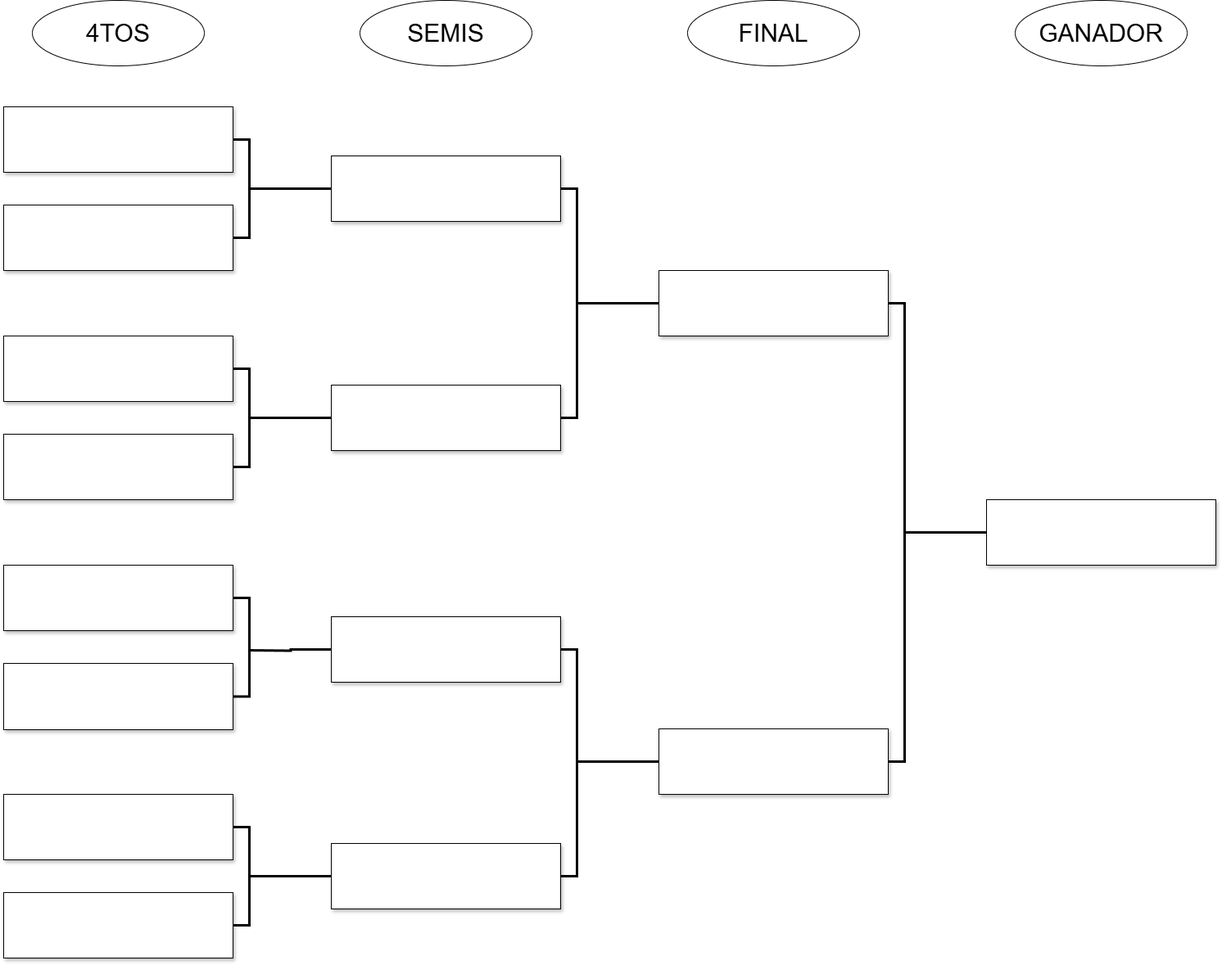
This is out/production/Tpi_Prog2/resources/Plantilla Torneo.png from franro16/Tpi_Prog2, a draw.io export, as it was before one commit. Source tidied: cells renumbered, new cells last; positions are measured from the earlier drawing's top-left corner, leaving out a move shared by most shapes.
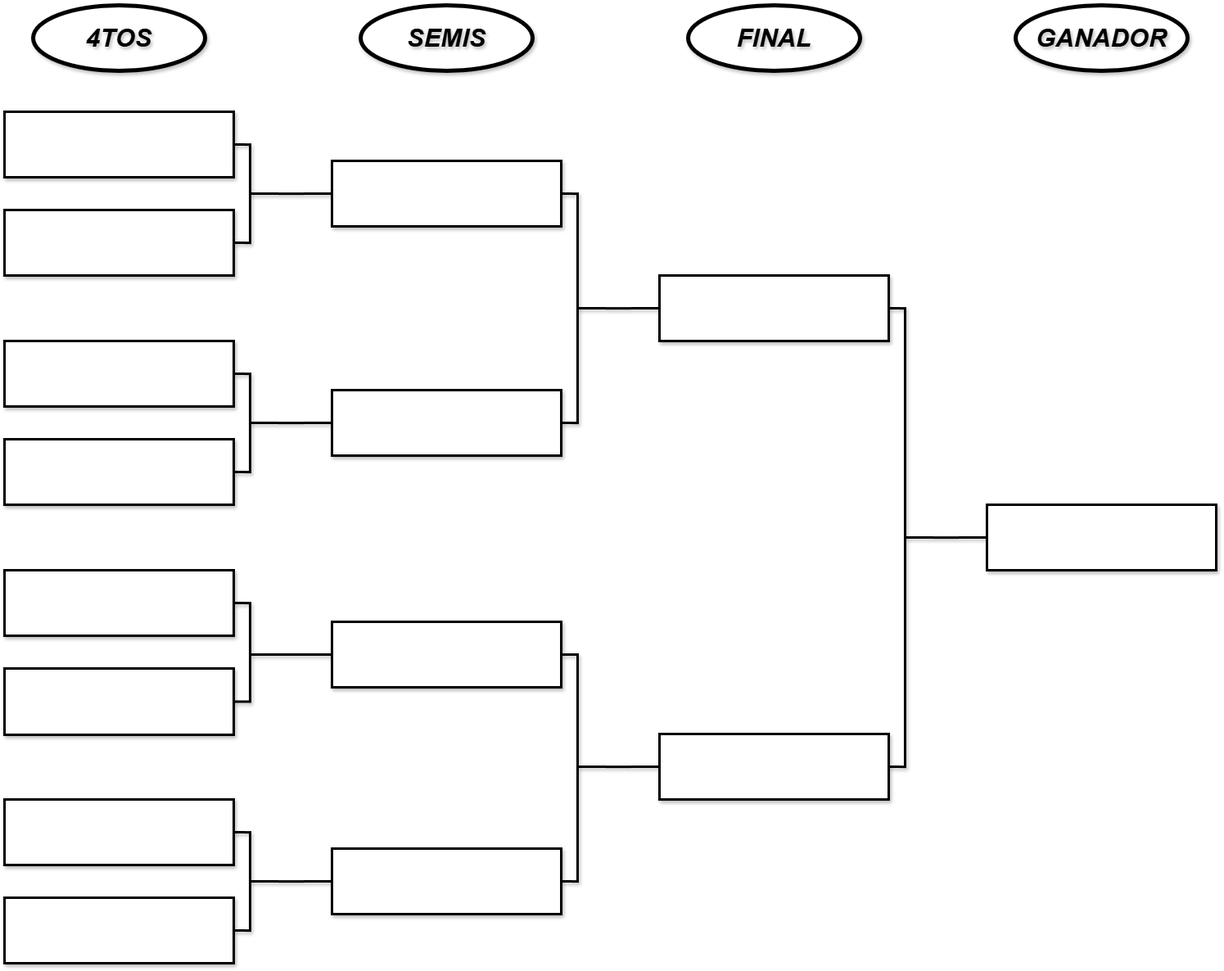
After the change.

The edit, as a diff of the source:
```diff
@@ -2,129 +2,129 @@
   <root>
     <mxCell id="0" />
     <mxCell id="1" parent="0" />
-    <mxCell id="2" style="rounded=0;whiteSpace=wrap;html=1;shadow=1;strokeWidth=1;" parent="1" vertex="1">
+    <mxCell id="2" style="rounded=0;shadow=1;strokeWidth=3;fontFamily=Helvetica;fontStyle=3;fontSize=31;labelBackgroundColor=none;textShadow=1;whiteSpace=wrap;html=1;labelBorderColor=none;" parent="1" vertex="1">
       <mxGeometry y="1090" width="280" height="80" as="geometry" />
     </mxCell>
-    <mxCell id="3" style="edgeStyle=orthogonalEdgeStyle;rounded=0;jettySize=auto;html=1;exitX=1;exitY=0.5;exitDx=0;exitDy=0;entryX=1;entryY=0.5;entryDx=0;entryDy=0;endArrow=none;startFill=0;strokeWidth=3;" parent="1" edge="1" source="4" target="13">
+    <mxCell id="3" style="edgeStyle=orthogonalEdgeStyle;rounded=0;jettySize=auto;exitX=1;exitY=0.5;exitDx=0;exitDy=0;entryX=1;entryY=0.5;entryDx=0;entryDy=0;endArrow=none;startFill=0;strokeWidth=3;shadow=1;fontFamily=Helvetica;fontStyle=3;fontSize=31;labelBackgroundColor=none;textShadow=1;html=1;labelBorderColor=none;" parent="1" edge="1" source="4" target="13">
       <mxGeometry relative="1" as="geometry" />
     </mxCell>
-    <mxCell id="4" style="rounded=0;whiteSpace=wrap;html=1;shadow=1;strokeWidth=1;" parent="1" vertex="1">
+    <mxCell id="4" style="rounded=0;shadow=1;strokeWidth=3;fontFamily=Helvetica;fontStyle=3;fontSize=31;labelBackgroundColor=none;textShadow=1;whiteSpace=wrap;html=1;labelBorderColor=none;" parent="1" vertex="1">
       <mxGeometry y="130" width="280" height="80" as="geometry" />
     </mxCell>
-    <mxCell id="5" style="rounded=0;whiteSpace=wrap;html=1;shadow=1;strokeWidth=1;" parent="1" vertex="1">
+    <mxCell id="5" style="rounded=0;shadow=1;strokeWidth=3;fontFamily=Helvetica;fontStyle=3;fontSize=31;labelBackgroundColor=none;textShadow=1;whiteSpace=wrap;html=1;labelBorderColor=none;" parent="1" vertex="1">
       <mxGeometry y="530" width="280" height="80" as="geometry" />
     </mxCell>
-    <mxCell id="6" style="rounded=0;whiteSpace=wrap;html=1;shadow=1;strokeWidth=1;" parent="1" vertex="1">
+    <mxCell id="6" style="rounded=0;shadow=1;strokeWidth=3;fontFamily=Helvetica;fontStyle=3;fontSize=31;labelBackgroundColor=none;textShadow=1;whiteSpace=wrap;html=1;labelBorderColor=none;" parent="1" vertex="1">
       <mxGeometry y="810" width="280" height="81" as="geometry" />
     </mxCell>
-    <mxCell id="7" style="edgeStyle=orthogonalEdgeStyle;rounded=0;jettySize=auto;html=1;exitX=1;exitY=0.5;exitDx=0;exitDy=0;entryX=1;entryY=0.5;entryDx=0;entryDy=0;endArrow=none;startFill=0;strokeWidth=3;" parent="1" edge="1" source="8" target="5">
+    <mxCell id="7" style="edgeStyle=orthogonalEdgeStyle;rounded=0;jettySize=auto;exitX=1;exitY=0.5;exitDx=0;exitDy=0;entryX=1;entryY=0.5;entryDx=0;entryDy=0;endArrow=none;startFill=0;strokeWidth=3;shadow=1;fontFamily=Helvetica;fontStyle=3;fontSize=31;labelBackgroundColor=none;textShadow=1;html=1;labelBorderColor=none;" parent="1" edge="1" source="8" target="5">
       <mxGeometry relative="1" as="geometry" />
     </mxCell>
-    <mxCell id="8" style="rounded=0;whiteSpace=wrap;html=1;shadow=1;strokeWidth=1;" parent="1" vertex="1">
+    <mxCell id="8" style="rounded=0;shadow=1;strokeWidth=3;fontFamily=Helvetica;fontStyle=3;fontSize=31;labelBackgroundColor=none;textShadow=1;whiteSpace=wrap;html=1;labelBorderColor=none;" parent="1" vertex="1">
       <mxGeometry y="410" width="280" height="80" as="geometry" />
     </mxCell>
-    <mxCell id="9" style="edgeStyle=orthogonalEdgeStyle;rounded=0;jettySize=auto;html=1;exitX=1;exitY=0.5;exitDx=0;exitDy=0;entryX=1;entryY=0.5;entryDx=0;entryDy=0;endArrow=none;startFill=0;strokeWidth=3;" parent="1" edge="1" source="10" target="6">
+    <mxCell id="9" style="edgeStyle=orthogonalEdgeStyle;rounded=0;jettySize=auto;exitX=1;exitY=0.5;exitDx=0;exitDy=0;entryX=1;entryY=0.5;entryDx=0;entryDy=0;endArrow=none;startFill=0;strokeWidth=3;shadow=1;fontFamily=Helvetica;fontStyle=3;fontSize=31;labelBackgroundColor=none;textShadow=1;html=1;labelBorderColor=none;" parent="1" edge="1" source="10" target="6">
       <mxGeometry relative="1" as="geometry" />
     </mxCell>
-    <mxCell id="10" style="rounded=0;whiteSpace=wrap;html=1;shadow=1;strokeWidth=1;" parent="1" vertex="1">
+    <mxCell id="10" style="rounded=0;shadow=1;strokeWidth=3;fontFamily=Helvetica;fontStyle=3;fontSize=31;labelBackgroundColor=none;textShadow=1;whiteSpace=wrap;html=1;labelBorderColor=none;" parent="1" vertex="1">
       <mxGeometry y="690" width="280" height="80" as="geometry" />
     </mxCell>
-    <mxCell id="11" style="edgeStyle=orthogonalEdgeStyle;rounded=0;jettySize=auto;html=1;exitX=1;exitY=0.5;exitDx=0;exitDy=0;entryX=1;entryY=0.5;entryDx=0;entryDy=0;endArrow=none;startFill=0;strokeWidth=3;" parent="1" edge="1" source="12" target="2">
+    <mxCell id="11" style="edgeStyle=orthogonalEdgeStyle;rounded=0;jettySize=auto;exitX=1;exitY=0.5;exitDx=0;exitDy=0;entryX=1;entryY=0.5;entryDx=0;entryDy=0;endArrow=none;startFill=0;strokeWidth=3;shadow=1;fontFamily=Helvetica;fontStyle=3;fontSize=31;labelBackgroundColor=none;textShadow=1;html=1;labelBorderColor=none;" parent="1" edge="1" source="12" target="2">
       <mxGeometry relative="1" as="geometry" />
     </mxCell>
-    <mxCell id="12" style="rounded=0;whiteSpace=wrap;html=1;shadow=1;strokeWidth=1;" parent="1" vertex="1">
+    <mxCell id="12" style="rounded=0;shadow=1;strokeWidth=3;fontFamily=Helvetica;fontStyle=3;fontSize=31;labelBackgroundColor=none;textShadow=1;whiteSpace=wrap;html=1;labelBorderColor=none;" parent="1" vertex="1">
       <mxGeometry y="970" width="280" height="80" as="geometry" />
     </mxCell>
-    <mxCell id="13" style="rounded=0;whiteSpace=wrap;html=1;shadow=1;strokeWidth=1;" parent="1" vertex="1">
+    <mxCell id="13" style="rounded=0;shadow=1;strokeWidth=3;fontFamily=Helvetica;fontStyle=3;fontSize=31;labelBackgroundColor=none;textShadow=1;whiteSpace=wrap;html=1;labelBorderColor=none;" parent="1" vertex="1">
       <mxGeometry y="250" width="280" height="80" as="geometry" />
     </mxCell>
-    <mxCell id="14" style="edgeStyle=orthogonalEdgeStyle;rounded=0;jettySize=auto;html=1;exitX=0;exitY=0.5;exitDx=0;exitDy=0;strokeWidth=3;endArrow=none;startFill=0;" parent="1" edge="1" source="15">
+    <mxCell id="14" style="edgeStyle=orthogonalEdgeStyle;rounded=0;jettySize=auto;exitX=0;exitY=0.5;exitDx=0;exitDy=0;strokeWidth=3;endArrow=none;startFill=0;shadow=1;fontFamily=Helvetica;fontStyle=3;fontSize=31;labelBackgroundColor=none;textShadow=1;html=1;labelBorderColor=none;" parent="1" edge="1" source="15">
       <mxGeometry relative="1" as="geometry">
         <mxPoint x="300" y="230" as="targetPoint" />
       </mxGeometry>
     </mxCell>
-    <mxCell id="15" style="rounded=0;whiteSpace=wrap;html=1;shadow=1;strokeWidth=1;" parent="1" vertex="1">
+    <mxCell id="15" style="rounded=0;shadow=1;strokeWidth=3;fontFamily=Helvetica;fontStyle=3;fontSize=31;labelBackgroundColor=none;textShadow=1;whiteSpace=wrap;html=1;labelBorderColor=none;" parent="1" vertex="1">
       <mxGeometry x="400" y="190" width="280" height="80" as="geometry" />
     </mxCell>
-    <mxCell id="16" style="edgeStyle=orthogonalEdgeStyle;rounded=0;jettySize=auto;html=1;exitX=1;exitY=0.5;exitDx=0;exitDy=0;entryX=1;entryY=0.5;entryDx=0;entryDy=0;strokeWidth=3;endArrow=none;startFill=0;" parent="1" edge="1" source="18" target="15">
+    <mxCell id="16" style="edgeStyle=orthogonalEdgeStyle;rounded=0;jettySize=auto;exitX=1;exitY=0.5;exitDx=0;exitDy=0;entryX=1;entryY=0.5;entryDx=0;entryDy=0;strokeWidth=3;endArrow=none;startFill=0;shadow=1;fontFamily=Helvetica;fontStyle=3;fontSize=31;labelBackgroundColor=none;textShadow=1;html=1;labelBorderColor=none;" parent="1" edge="1" source="18" target="15">
       <mxGeometry relative="1" as="geometry" />
     </mxCell>
-    <mxCell id="17" style="edgeStyle=orthogonalEdgeStyle;rounded=0;jettySize=auto;html=1;exitX=0;exitY=0.5;exitDx=0;exitDy=0;endArrow=none;startFill=0;strokeWidth=3;" parent="1" edge="1" source="18">
+    <mxCell id="17" style="edgeStyle=orthogonalEdgeStyle;rounded=0;jettySize=auto;exitX=0;exitY=0.5;exitDx=0;exitDy=0;endArrow=none;startFill=0;strokeWidth=3;shadow=1;fontFamily=Helvetica;fontStyle=3;fontSize=31;labelBackgroundColor=none;textShadow=1;html=1;labelBorderColor=none;" parent="1" edge="1" source="18">
       <mxGeometry relative="1" as="geometry">
         <mxPoint x="300" y="510" as="targetPoint" />
       </mxGeometry>
     </mxCell>
-    <mxCell id="18" style="rounded=0;whiteSpace=wrap;html=1;shadow=1;strokeWidth=1;" parent="1" vertex="1">
+    <mxCell id="18" style="rounded=0;shadow=1;strokeWidth=3;fontFamily=Helvetica;fontStyle=3;fontSize=31;labelBackgroundColor=none;textShadow=1;whiteSpace=wrap;html=1;labelBorderColor=none;" parent="1" vertex="1">
       <mxGeometry x="400" y="470" width="280" height="80" as="geometry" />
     </mxCell>
-    <mxCell id="19" style="edgeStyle=orthogonalEdgeStyle;rounded=0;jettySize=auto;html=1;exitX=0;exitY=0.5;exitDx=0;exitDy=0;strokeWidth=3;endArrow=none;startFill=0;" parent="1" edge="1" source="20">
+    <mxCell id="19" style="edgeStyle=orthogonalEdgeStyle;rounded=0;jettySize=auto;exitX=0;exitY=0.5;exitDx=0;exitDy=0;strokeWidth=3;endArrow=none;startFill=0;shadow=1;fontFamily=Helvetica;fontStyle=3;fontSize=31;labelBackgroundColor=none;textShadow=1;html=1;labelBorderColor=none;" parent="1" edge="1" source="20">
       <mxGeometry relative="1" as="geometry">
-        <mxPoint x="300" y="794" as="targetPoint" />
+        <mxPoint x="300" y="793" as="targetPoint" />
       </mxGeometry>
     </mxCell>
-    <mxCell id="20" style="rounded=0;whiteSpace=wrap;html=1;shadow=1;strokeWidth=1;" parent="1" vertex="1">
+    <mxCell id="20" style="rounded=0;shadow=1;strokeWidth=3;fontFamily=Helvetica;fontStyle=3;fontSize=31;labelBackgroundColor=none;textShadow=1;whiteSpace=wrap;html=1;labelBorderColor=none;" parent="1" vertex="1">
       <mxGeometry x="400" y="753" width="280" height="80" as="geometry" />
     </mxCell>
-    <mxCell id="21" style="edgeStyle=orthogonalEdgeStyle;rounded=0;jettySize=auto;html=1;exitX=1;exitY=0.5;exitDx=0;exitDy=0;entryX=1;entryY=0.5;entryDx=0;entryDy=0;strokeWidth=3;endArrow=none;startFill=0;" parent="1" edge="1" source="23" target="20">
+    <mxCell id="21" style="edgeStyle=orthogonalEdgeStyle;rounded=0;jettySize=auto;exitX=1;exitY=0.5;exitDx=0;exitDy=0;entryX=1;entryY=0.5;entryDx=0;entryDy=0;strokeWidth=3;endArrow=none;startFill=0;shadow=1;fontFamily=Helvetica;fontStyle=3;fontSize=31;labelBackgroundColor=none;textShadow=1;html=1;labelBorderColor=none;" parent="1" edge="1" source="23" target="20">
       <mxGeometry relative="1" as="geometry" />
     </mxCell>
-    <mxCell id="22" style="edgeStyle=orthogonalEdgeStyle;rounded=0;jettySize=auto;html=1;exitX=0;exitY=0.5;exitDx=0;exitDy=0;strokeWidth=3;endArrow=none;startFill=0;" parent="1" edge="1" source="23">
+    <mxCell id="22" style="edgeStyle=orthogonalEdgeStyle;rounded=0;jettySize=auto;exitX=0;exitY=0.5;exitDx=0;exitDy=0;strokeWidth=3;endArrow=none;startFill=0;shadow=1;fontFamily=Helvetica;fontStyle=3;fontSize=31;labelBackgroundColor=none;textShadow=1;html=1;labelBorderColor=none;" parent="1" edge="1" source="23">
       <mxGeometry relative="1" as="geometry">
         <mxPoint x="300" y="1070" as="targetPoint" />
       </mxGeometry>
     </mxCell>
-    <mxCell id="23" style="rounded=0;whiteSpace=wrap;html=1;shadow=1;strokeWidth=1;" parent="1" vertex="1">
+    <mxCell id="23" style="rounded=0;shadow=1;strokeWidth=3;fontFamily=Helvetica;fontStyle=3;fontSize=31;labelBackgroundColor=none;textShadow=1;whiteSpace=wrap;html=1;labelBorderColor=none;" parent="1" vertex="1">
       <mxGeometry x="400" y="1030" width="280" height="80" as="geometry" />
     </mxCell>
-    <mxCell id="24" style="edgeStyle=orthogonalEdgeStyle;rounded=0;jettySize=auto;html=1;exitX=1;exitY=0.5;exitDx=0;exitDy=0;entryX=1;entryY=0.5;entryDx=0;entryDy=0;endArrow=none;startFill=0;strokeWidth=3;" parent="1" edge="1" source="26" target="28">
+    <mxCell id="24" style="edgeStyle=orthogonalEdgeStyle;rounded=0;jettySize=auto;exitX=1;exitY=0.5;exitDx=0;exitDy=0;entryX=1;entryY=0.5;entryDx=0;entryDy=0;endArrow=none;startFill=0;strokeWidth=3;shadow=1;fontFamily=Helvetica;fontStyle=3;fontSize=31;labelBackgroundColor=none;textShadow=1;html=1;labelBorderColor=none;" parent="1" edge="1" source="26" target="28">
       <mxGeometry relative="1" as="geometry" />
     </mxCell>
-    <mxCell id="25" style="edgeStyle=orthogonalEdgeStyle;rounded=0;jettySize=auto;html=1;exitX=0;exitY=0.5;exitDx=0;exitDy=0;endArrow=none;startFill=0;strokeWidth=3;" parent="1" edge="1" source="26">
+    <mxCell id="25" style="edgeStyle=orthogonalEdgeStyle;rounded=0;jettySize=auto;exitX=0;exitY=0.5;exitDx=0;exitDy=0;endArrow=none;startFill=0;strokeWidth=3;shadow=1;fontFamily=Helvetica;fontStyle=3;fontSize=31;labelBackgroundColor=none;textShadow=1;html=1;labelBorderColor=none;" parent="1" edge="1" source="26">
       <mxGeometry relative="1" as="geometry">
         <mxPoint x="700" y="370" as="targetPoint" />
       </mxGeometry>
     </mxCell>
-    <mxCell id="26" style="rounded=0;whiteSpace=wrap;html=1;shadow=1;strokeWidth=1;" parent="1" vertex="1">
+    <mxCell id="26" style="rounded=0;shadow=1;strokeWidth=3;fontFamily=Helvetica;fontStyle=3;fontSize=31;labelBackgroundColor=none;textShadow=1;whiteSpace=wrap;html=1;labelBorderColor=none;" parent="1" vertex="1">
       <mxGeometry x="800" y="330" width="280" height="80" as="geometry" />
     </mxCell>
-    <mxCell id="27" style="edgeStyle=orthogonalEdgeStyle;rounded=0;jettySize=auto;html=1;exitX=0;exitY=0.5;exitDx=0;exitDy=0;strokeWidth=3;endArrow=none;startFill=0;" parent="1" edge="1" source="28">
+    <mxCell id="27" style="edgeStyle=orthogonalEdgeStyle;rounded=0;jettySize=auto;exitX=0;exitY=0.5;exitDx=0;exitDy=0;strokeWidth=3;endArrow=none;startFill=0;shadow=1;fontFamily=Helvetica;fontStyle=3;fontSize=31;labelBackgroundColor=none;textShadow=1;html=1;labelBorderColor=none;" parent="1" edge="1" source="28">
       <mxGeometry relative="1" as="geometry">
         <mxPoint x="700" y="930" as="targetPoint" />
       </mxGeometry>
     </mxCell>
-    <mxCell id="28" style="rounded=0;whiteSpace=wrap;html=1;shadow=1;strokeWidth=1;" parent="1" vertex="1">
+    <mxCell id="28" style="rounded=0;shadow=1;strokeWidth=3;fontFamily=Helvetica;fontStyle=3;fontSize=31;labelBackgroundColor=none;textShadow=1;whiteSpace=wrap;html=1;labelBorderColor=none;" parent="1" vertex="1">
       <mxGeometry x="800" y="890" width="280" height="80" as="geometry" />
     </mxCell>
-    <mxCell id="29" style="edgeStyle=orthogonalEdgeStyle;rounded=0;jettySize=auto;html=1;exitX=0;exitY=0.5;exitDx=0;exitDy=0;endArrow=none;startFill=0;strokeWidth=3;" parent="1" edge="1" source="30">
+    <mxCell id="29" style="edgeStyle=orthogonalEdgeStyle;rounded=0;jettySize=auto;exitX=0;exitY=0.5;exitDx=0;exitDy=0;endArrow=none;startFill=0;strokeWidth=3;shadow=1;fontFamily=Helvetica;fontStyle=3;fontSize=31;labelBackgroundColor=none;textShadow=1;html=1;labelBorderColor=none;" parent="1" edge="1" source="30">
       <mxGeometry relative="1" as="geometry">
         <mxPoint x="1100" y="650" as="targetPoint" />
       </mxGeometry>
     </mxCell>
-    <mxCell id="30" style="rounded=0;whiteSpace=wrap;html=1;shadow=1;strokeWidth=1;" parent="1" vertex="1">
+    <mxCell id="30" style="rounded=0;shadow=1;strokeWidth=3;fontFamily=Helvetica;fontStyle=3;fontSize=31;labelBackgroundColor=none;textShadow=1;whiteSpace=wrap;html=1;labelBorderColor=none;" parent="1" vertex="1">
       <mxGeometry x="1200" y="610" width="280" height="80" as="geometry" />
     </mxCell>
-    <mxCell id="31" style="ellipse;whiteSpace=wrap;html=1;" parent="1" vertex="1">
+    <mxCell id="31" style="ellipse;strokeWidth=5;shadow=1;fontFamily=Helvetica;fontStyle=3;fontSize=31;labelBackgroundColor=none;textShadow=1;whiteSpace=wrap;html=1;labelBorderColor=none;" parent="1" vertex="1">
       <mxGeometry x="35" width="210" height="80" as="geometry" />
     </mxCell>
-    <mxCell id="32" style="ellipse;whiteSpace=wrap;html=1;" parent="1" vertex="1">
+    <mxCell id="32" style="ellipse;strokeWidth=5;shadow=1;fontFamily=Helvetica;fontStyle=3;fontSize=31;labelBackgroundColor=none;textShadow=1;whiteSpace=wrap;html=1;labelBorderColor=none;" parent="1" vertex="1">
       <mxGeometry x="435" width="210" height="80" as="geometry" />
     </mxCell>
-    <mxCell id="33" style="ellipse;whiteSpace=wrap;html=1;" parent="1" vertex="1">
+    <mxCell id="33" style="ellipse;strokeWidth=5;shadow=1;fontFamily=Helvetica;fontStyle=3;fontSize=31;labelBackgroundColor=none;textShadow=1;whiteSpace=wrap;html=1;labelBorderColor=none;" parent="1" vertex="1">
       <mxGeometry x="835" width="210" height="80" as="geometry" />
     </mxCell>
-    <mxCell id="34" style="ellipse;whiteSpace=wrap;html=1;" parent="1" vertex="1">
+    <mxCell id="34" style="ellipse;strokeWidth=5;shadow=1;fontFamily=Helvetica;fontStyle=3;fontSize=31;labelBackgroundColor=none;textShadow=1;whiteSpace=wrap;html=1;labelBorderColor=none;" parent="1" vertex="1">
       <mxGeometry x="1235" width="210" height="80" as="geometry" />
     </mxCell>
-    <mxCell id="35" value="&lt;font&gt;4TOS&lt;/font&gt;" style="text;html=1;align=center;verticalAlign=middle;whiteSpace=wrap;rounded=0;fontSize=30;" parent="1" vertex="1">
+    <mxCell id="35" value="4TOS" style="text;align=center;verticalAlign=middle;rounded=0;fontSize=31;strokeWidth=5;shadow=1;fontFamily=Helvetica;fontStyle=3;labelBackgroundColor=none;textShadow=1;whiteSpace=wrap;html=1;labelBorderColor=none;" parent="1" vertex="1">
       <mxGeometry x="110" y="26.5" width="60" height="27" as="geometry" />
     </mxCell>
-    <mxCell id="36" value="SEMIS" style="text;html=1;align=center;verticalAlign=middle;whiteSpace=wrap;rounded=0;fontSize=30;" parent="1" vertex="1">
+    <mxCell id="36" value="SEMIS" style="text;align=center;verticalAlign=middle;rounded=0;fontSize=31;strokeWidth=5;shadow=1;fontFamily=Helvetica;fontStyle=3;labelBackgroundColor=none;textShadow=1;whiteSpace=wrap;html=1;labelBorderColor=none;" parent="1" vertex="1">
       <mxGeometry x="510" y="26.5" width="60" height="27" as="geometry" />
     </mxCell>
-    <mxCell id="37" value="FINAL" style="text;html=1;align=center;verticalAlign=middle;whiteSpace=wrap;rounded=0;fontSize=30;" parent="1" vertex="1">
+    <mxCell id="37" value="FINAL" style="text;align=center;verticalAlign=middle;rounded=0;fontSize=31;strokeWidth=5;shadow=1;fontFamily=Helvetica;fontStyle=3;labelBackgroundColor=none;textShadow=1;whiteSpace=wrap;html=1;labelBorderColor=none;" parent="1" vertex="1">
       <mxGeometry x="910" y="26.5" width="60" height="27" as="geometry" />
     </mxCell>
-    <mxCell id="38" value="&lt;font&gt;GANADOR&lt;/font&gt;" style="text;html=1;align=center;verticalAlign=middle;whiteSpace=wrap;rounded=0;fontSize=30;" parent="1" vertex="1">
+    <mxCell id="38" value="GANADOR" style="text;align=center;verticalAlign=middle;rounded=0;fontSize=31;strokeWidth=5;shadow=1;fontFamily=Helvetica;fontStyle=3;labelBackgroundColor=none;textShadow=1;whiteSpace=wrap;html=1;labelBorderColor=none;" parent="1" vertex="1">
       <mxGeometry x="1310" y="26.5" width="60" height="27" as="geometry" />
     </mxCell>
   </root>
```
